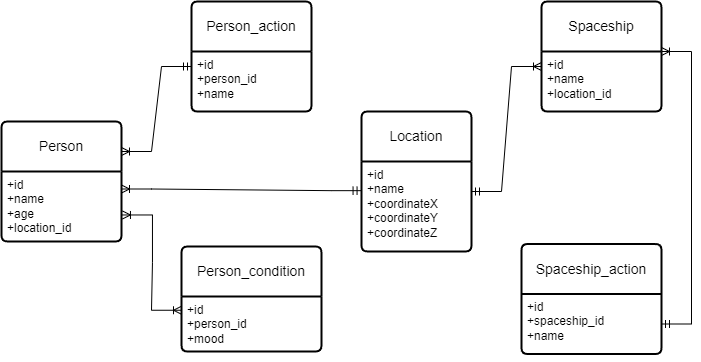
EgorovaVarvara/ITMO keeps this draw.io diagram as DataBases/lab1/InfologicDiagram.drawio.png. Above is the earlier version. Source tidied: cells renumbered, new cells last; positions are measured from the earlier drawing's top-left corner, leaving out a move shared by most shapes.
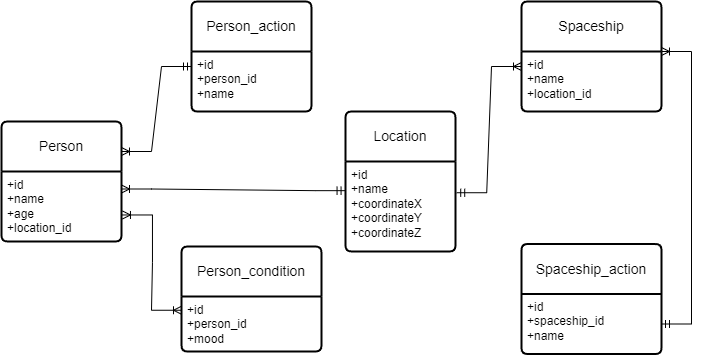
Later version of the same file.

Diff of the diagram source:
```diff
@@ -24,16 +24,16 @@
       <mxGeometry y="50" width="140" height="55" as="geometry" />
     </mxCell>
     <mxCell id="9" value="Location" style="swimlane;horizontal=1;startSize=50;rounded=1;fontSize=14;fontStyle=0;strokeWidth=2;shadow=0;dashed=0;align=center;arcSize=4;whiteSpace=wrap;html=1;" parent="1" vertex="1">
-      <mxGeometry x="360" y="110" width="110" height="140" as="geometry" />
+      <mxGeometry x="344" y="110" width="110" height="140" as="geometry" />
     </mxCell>
     <mxCell id="10" value="+id&lt;br&gt;+name&lt;br&gt;+coordinateX&lt;br&gt;+coordinateY&lt;br&gt;+coordinateZ" style="align=left;strokeColor=none;fillColor=none;spacingLeft=4;fontSize=12;verticalAlign=top;html=1;" parent="9" vertex="1">
       <mxGeometry y="50" width="110" height="90" as="geometry" />
     </mxCell>
     <mxCell id="11" value="Spaceship" style="swimlane;horizontal=1;startSize=50;rounded=1;fontSize=14;fontStyle=0;strokeWidth=2;shadow=0;dashed=0;align=center;arcSize=4;whiteSpace=wrap;html=1;" parent="1" vertex="1">
-      <mxGeometry x="540" width="120" height="110" as="geometry" />
+      <mxGeometry x="520" width="140" height="110" as="geometry" />
     </mxCell>
     <mxCell id="12" value="+id&lt;br&gt;+name&lt;br&gt;+location_id" style="align=left;strokeColor=none;fillColor=none;spacingLeft=4;fontSize=12;verticalAlign=top;html=1;" parent="11" vertex="1">
-      <mxGeometry y="50" width="120" height="60" as="geometry" />
+      <mxGeometry y="50" width="140" height="60" as="geometry" />
     </mxCell>
     <mxCell id="13" value="Spaceship_action" style="swimlane;horizontal=1;startSize=50;rounded=1;fontSize=14;fontStyle=0;strokeWidth=2;shadow=0;dashed=0;align=center;arcSize=4;whiteSpace=wrap;html=1;" parent="1" vertex="1">
       <mxGeometry x="520" y="242.5" width="140" height="110" as="geometry" />
@@ -58,9 +58,8 @@
         </Array>
       </mxGeometry>
     </mxCell>
-    <mxCell id="18" style="edgeStyle=entityRelationEdgeStyle;fontSize=12;html=1;endArrow=ERoneToMany;startArrow=ERmandOne;rounded=0;entryX=0;entryY=0.25;entryDx=0;entryDy=0;" parent="1" edge="1" target="12">
+    <mxCell id="18" style="edgeStyle=entityRelationEdgeStyle;fontSize=12;html=1;endArrow=ERoneToMany;startArrow=ERmandOne;rounded=0;entryX=0;entryY=0.25;entryDx=0;entryDy=0;exitX=1.011;exitY=0.347;exitDx=0;exitDy=0;exitPerimeter=0;" parent="1" edge="1" source="10" target="12">
       <mxGeometry relative="1" as="geometry">
-        <mxPoint x="470" y="190" as="sourcePoint" />
         <Array as="points">
           <mxPoint x="880" y="180" />
         </Array>
```
